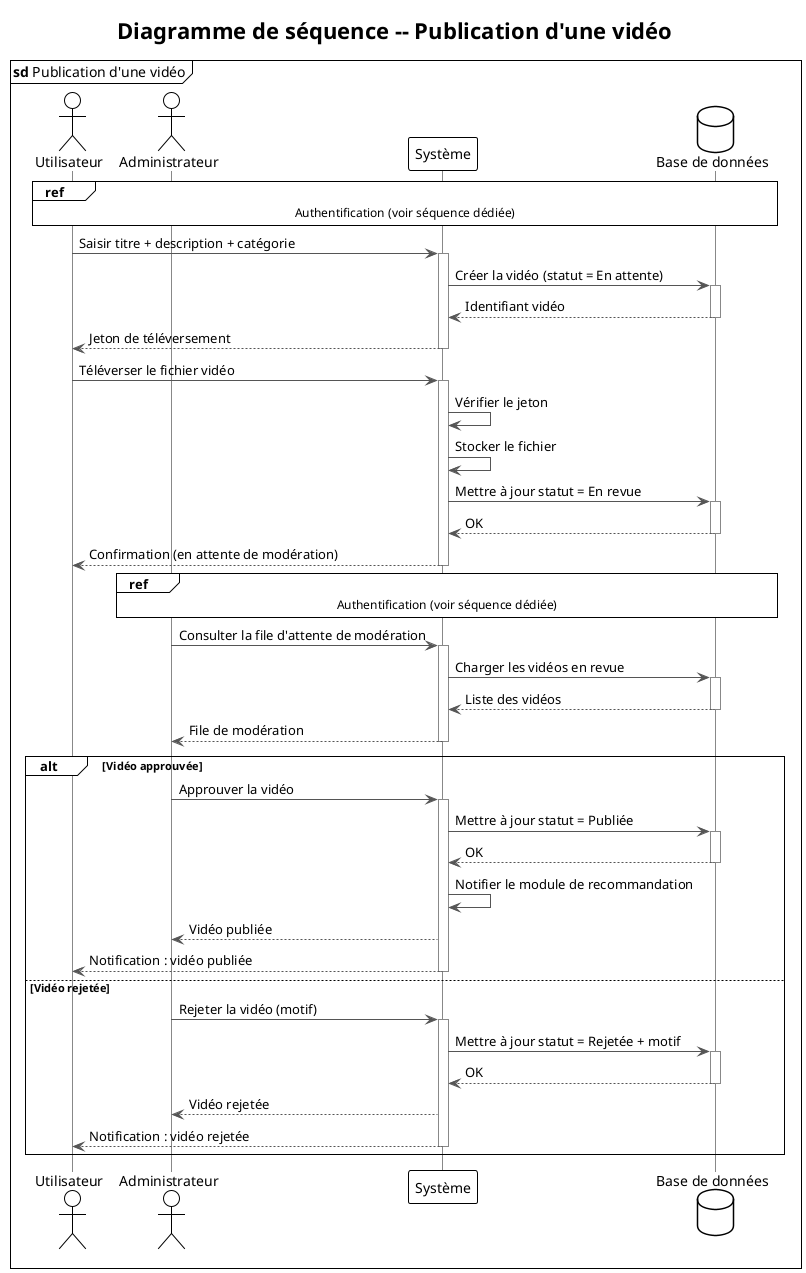
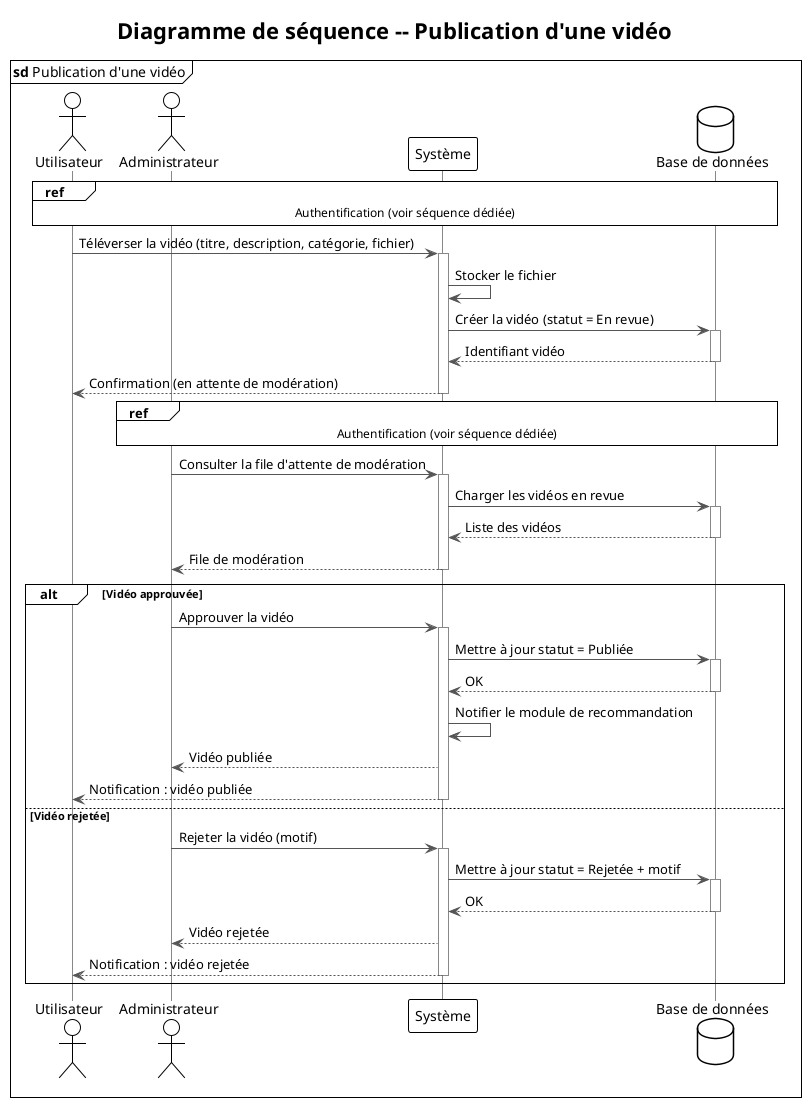
@startuml Sequence_Publication_Video
!theme plain
skinparam backgroundColor #FFFFFF
skinparam defaultFontName Arial
skinparam SequenceArrowColor #555555
skinparam SequenceLifeLineBorderColor #888888
skinparam SequenceBoxBorderColor #333333

title Diagramme de séquence -- Publication d'une vidéo
mainframe **sd** Publication d'une vidéo

actor       "Utilisateur"     as U
actor       "Administrateur"  as A
participant "Système"         as S
database    "Base de données" as DB

- ' 1. Authentification (reusable fragment, PPT rule SD6)
+ ' 1. Authentification (fragment réutilisable, règle SD6)
ref over U, S, DB : Authentification (voir séquence dédiée)

- ' 2. Métadonnées
- U  -> S  : Saisir titre + description + catégorie
+ ' 2. Téléversement de la vidéo (titre, description, catégorie + fichier en une requête)
+ U  -> S  : Téléverser la vidéo (titre, description, catégorie, fichier)
activate S
- S  -> DB : Créer la vidéo (statut = En attente)
+ S  -> S  : Stocker le fichier
+ S  -> DB : Créer la vidéo (statut = En revue)
activate DB
DB --> S : Identifiant vidéo
- deactivate DB
- S --> U  : Jeton de téléversement
- deactivate S
- 
- ' 3. Téléversement
- U  -> S  : Téléverser le fichier vidéo
- activate S
- S  -> S  : Vérifier le jeton
- S  -> S  : Stocker le fichier
- S  -> DB : Mettre à jour statut = En revue
- activate DB
- DB --> S : OK
deactivate DB
S --> U  : Confirmation (en attente de modération)
deactivate S

- ' 4. Modération
+ ' 3. Modération
ref over A, S, DB : Authentification (voir séquence dédiée)
A -> S : Consulter la file d'attente de modération
activate S
S -> DB : Charger les vidéos en revue
activate DB
DB --> S : Liste des vidéos
deactivate DB
S --> A : File de modération
deactivate S

alt Vidéo approuvée
  A -> S : Approuver la vidéo
  activate S
  S -> DB : Mettre à jour statut = Publiée
  activate DB
  DB --> S : OK
  deactivate DB
  S -> S : Notifier le module de recommandation
  S --> A : Vidéo publiée
  S --> U : Notification : vidéo publiée
  deactivate S
else Vidéo rejetée
  A -> S : Rejeter la vidéo (motif)
  activate S
  S -> DB : Mettre à jour statut = Rejetée + motif
  activate DB
  DB --> S : OK
  deactivate DB
  S --> A : Vidéo rejetée
  S --> U : Notification : vidéo rejetée
  deactivate S
end
@enduml